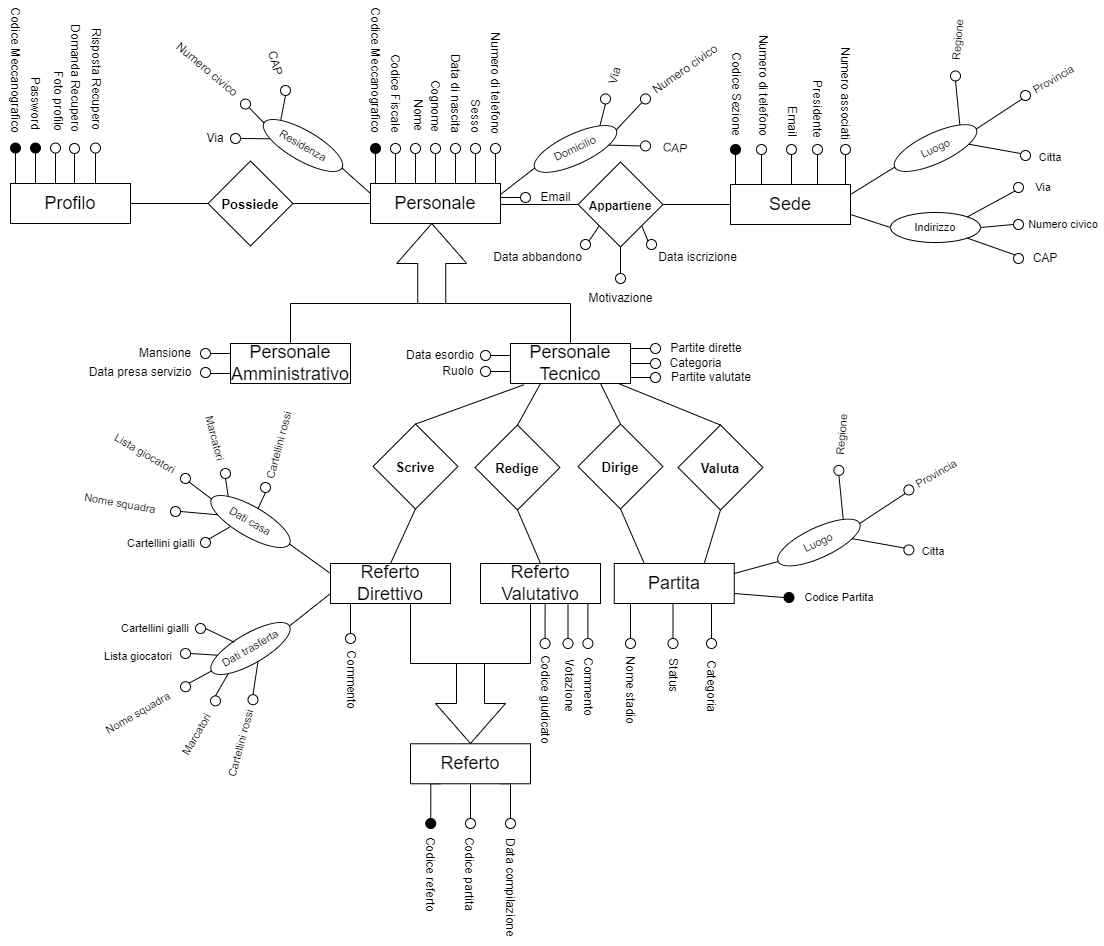
Above: ERDiagram/WhistleER.drawio.png in savernike/DiagramsSet (draw.io), before the change. Source tidied: cells renumbered, new cells last; positions are measured from the earlier drawing's top-left corner, leaving out a move shared by most shapes.
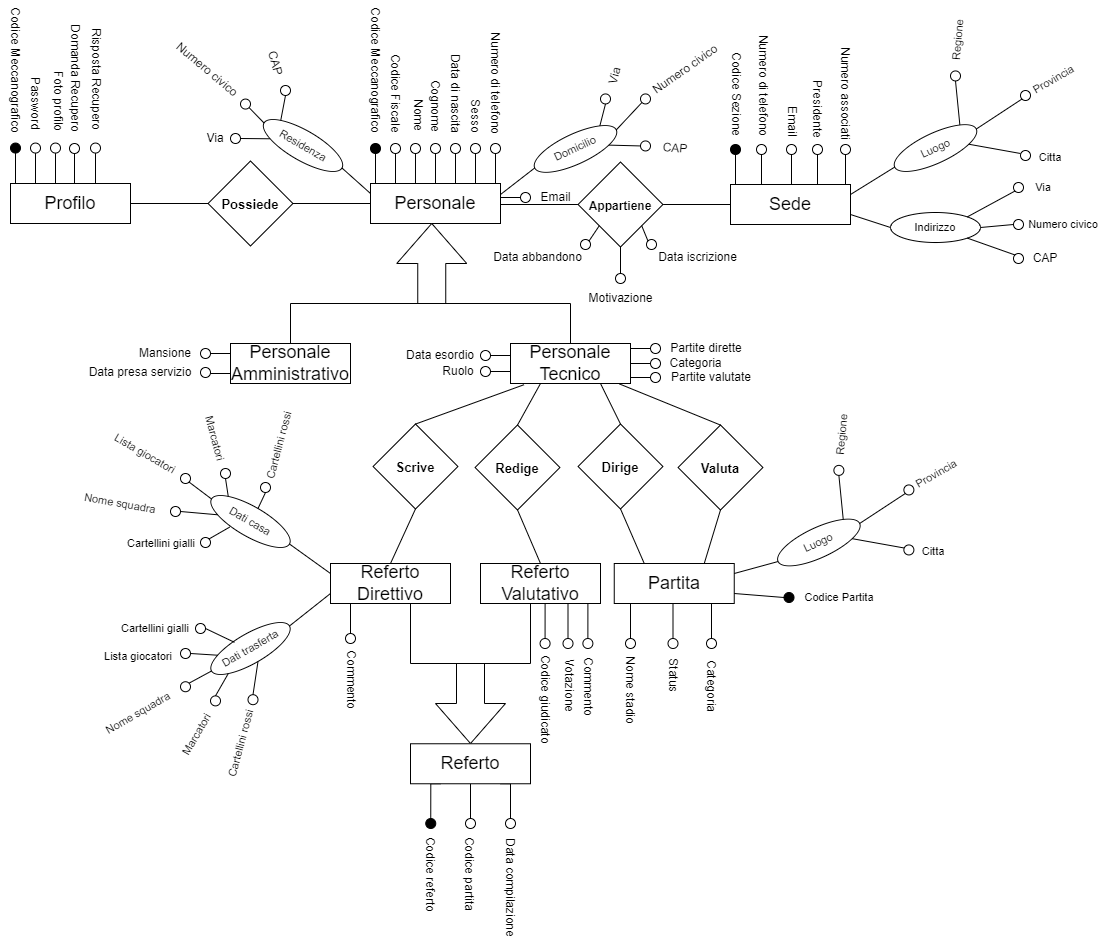
Above is the later version.

Commit message:
Password simple attribute (no PK)

Change to the diagram source:
```diff
@@ -175,7 +175,7 @@
     <mxCell id="58" style="ellipse;whiteSpace=wrap;html=1;fillColor=#000000;" parent="1" vertex="1">
       <mxGeometry x="65" y="118.6" width="10" height="10" as="geometry" />
     </mxCell>
-    <mxCell id="59" style="ellipse;whiteSpace=wrap;html=1;fillColor=#000000;" parent="1" vertex="1">
+    <mxCell id="59" style="ellipse;whiteSpace=wrap;html=1;fillColor=#FFFFFF;" parent="1" vertex="1">
       <mxGeometry x="85" y="118.6" width="10" height="10" as="geometry" />
     </mxCell>
     <mxCell id="60" value="Codice Meccanografico" style="text;strokeColor=none;align=center;fillColor=none;html=1;verticalAlign=middle;whiteSpace=wrap;rounded=0;rotation=90;" parent="1" vertex="1">
```
